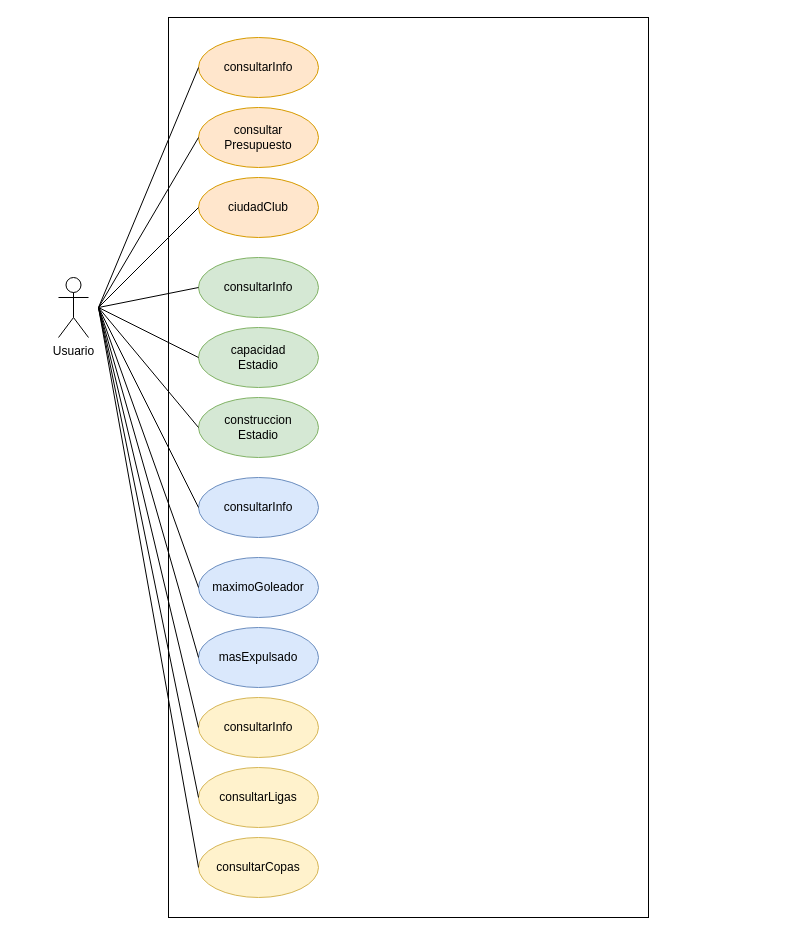
The draw.io diagram Untitled Diagram.drawio in rguezgiova/Furguito, before the edit. Source tidied: cells renumbered, new cells numbered last; positions are measured from the earlier drawing's top-left corner, leaving out a move shared by most shapes. Both pictures are drawn from the tidied source at 100%, with x=0, y=0 at pixel (58, 17).
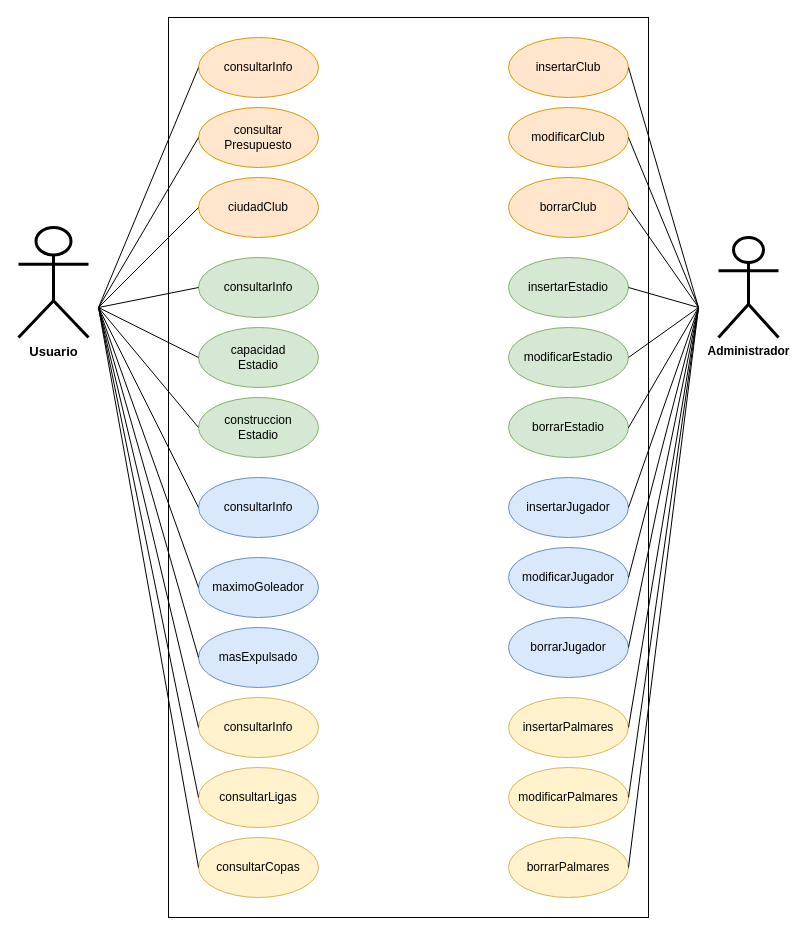
The same page after the edit.

The change refers to these unchanged cells:
```xml
<mxCell id="2" style="rounded=0;whiteSpace=wrap;html=1;gradientColor=#ffffff;fillColor=none;" parent="1" vertex="1">
  <mxGeometry x="110" width="480" height="900" as="geometry" />
</mxCell>
```

Diff of the diagram source:
```diff
@@
-    <mxCell id="3" value="&lt;div&gt;Usuario&lt;/div&gt;&lt;div&gt;&lt;br&gt;&lt;/div&gt;" style="shape=umlActor;verticalLabelPosition=bottom;verticalAlign=top;html=1;" parent="1" vertex="1">
-      <mxGeometry y="260" width="30" height="60" as="geometry" />
+    <mxCell id="3" value="&lt;div style=&quot;font-size: 13px&quot;&gt;&lt;font style=&quot;font-size: 13px&quot;&gt;&lt;span&gt;Usuario&lt;/span&gt;&lt;/font&gt;&lt;/div&gt;&lt;div style=&quot;font-size: 13px&quot;&gt;&lt;font style=&quot;font-size: 13px&quot;&gt;&lt;span&gt;&lt;br&gt;&lt;/span&gt;&lt;/font&gt;&lt;/div&gt;" style="shape=umlActor;verticalLabelPosition=bottom;verticalAlign=top;html=1;fontStyle=1;shadow=0;sketch=0;strokeWidth=3;" parent="1" vertex="1">
+      <mxGeometry x="-40" y="210" width="70" height="110" as="geometry" />
     </mxCell>
@@
+    <mxCell id="28" value="Administrador" style="shape=umlActor;verticalLabelPosition=bottom;verticalAlign=top;html=1;fontStyle=1;shadow=0;sketch=0;strokeWidth=3;" parent="1" vertex="1">
+      <mxGeometry x="660" y="220" width="60" height="100" as="geometry" />
+    </mxCell>
+    <mxCell id="29" value="insertarClub" style="ellipse;whiteSpace=wrap;html=1;fillColor=#ffe6cc;strokeColor=#d79b00;" parent="1" vertex="1">
+      <mxGeometry x="450" y="20" width="120" height="60" as="geometry" />
+    </mxCell>
+    <mxCell id="30" value="modificarClub" style="ellipse;whiteSpace=wrap;html=1;fillColor=#ffe6cc;strokeColor=#d79b00;" parent="1" vertex="1">
+      <mxGeometry x="450" y="90" width="120" height="60" as="geometry" />
+    </mxCell>
+    <mxCell id="31" value="borrarClub" style="ellipse;whiteSpace=wrap;html=1;fillColor=#ffe6cc;strokeColor=#d79b00;" parent="1" vertex="1">
+      <mxGeometry x="450" y="160" width="120" height="60" as="geometry" />
+    </mxCell>
+    <mxCell id="32" value="insertarEstadio" style="ellipse;whiteSpace=wrap;html=1;fillColor=#d5e8d4;strokeColor=#82b366;" parent="1" vertex="1">
+      <mxGeometry x="450" y="240" width="120" height="60" as="geometry" />
+    </mxCell>
+    <mxCell id="33" value="modificarEstadio" style="ellipse;whiteSpace=wrap;html=1;fillColor=#d5e8d4;strokeColor=#82b366;" parent="1" vertex="1">
+      <mxGeometry x="450" y="310" width="120" height="60" as="geometry" />
+    </mxCell>
+    <mxCell id="34" value="borrarEstadio" style="ellipse;whiteSpace=wrap;html=1;fillColor=#d5e8d4;strokeColor=#82b366;" parent="1" vertex="1">
+      <mxGeometry x="450" y="380" width="120" height="60" as="geometry" />
+    </mxCell>
+    <mxCell id="35" value="insertarJugador" style="ellipse;whiteSpace=wrap;html=1;fillColor=#dae8fc;strokeColor=#6c8ebf;" parent="1" vertex="1">
+      <mxGeometry x="450" y="460" width="120" height="60" as="geometry" />
+    </mxCell>
+    <mxCell id="36" value="modificarJugador" style="ellipse;whiteSpace=wrap;html=1;fillColor=#dae8fc;strokeColor=#6c8ebf;" parent="1" vertex="1">
+      <mxGeometry x="450" y="530" width="120" height="60" as="geometry" />
+    </mxCell>
+    <mxCell id="37" value="borrarJugador" style="ellipse;whiteSpace=wrap;html=1;fillColor=#dae8fc;strokeColor=#6c8ebf;" parent="1" vertex="1">
+      <mxGeometry x="450" y="600" width="120" height="60" as="geometry" />
+    </mxCell>
+    <mxCell id="38" value="insertarPalmares" style="ellipse;whiteSpace=wrap;html=1;fillColor=#fff2cc;strokeColor=#d6b656;" parent="1" vertex="1">
+      <mxGeometry x="450" y="680" width="120" height="60" as="geometry" />
+    </mxCell>
+    <mxCell id="39" value="modificarPalmares" style="ellipse;whiteSpace=wrap;html=1;fillColor=#fff2cc;strokeColor=#d6b656;" parent="1" vertex="1">
+      <mxGeometry x="450" y="750" width="120" height="60" as="geometry" />
+    </mxCell>
+    <mxCell id="40" value="borrarPalmares" style="ellipse;whiteSpace=wrap;html=1;fillColor=#fff2cc;strokeColor=#d6b656;" parent="1" vertex="1">
+      <mxGeometry x="450" y="820" width="120" height="60" as="geometry" />
+    </mxCell>
+    <mxCell id="41" style="endArrow=none;html=1;exitX=1;exitY=0.5;exitDx=0;exitDy=0;" parent="1" edge="1" source="29">
+      <mxGeometry relative="1" as="geometry">
+        <mxPoint x="640" y="290" as="targetPoint" />
+      </mxGeometry>
+    </mxCell>
+    <mxCell id="42" style="endArrow=none;html=1;exitX=1;exitY=0.5;exitDx=0;exitDy=0;" parent="1" edge="1" source="30">
+      <mxGeometry relative="1" as="geometry">
+        <mxPoint x="640" y="290" as="targetPoint" />
+      </mxGeometry>
+    </mxCell>
+    <mxCell id="43" style="endArrow=none;html=1;exitX=1;exitY=0.5;exitDx=0;exitDy=0;" parent="1" edge="1" source="31">
+      <mxGeometry relative="1" as="geometry">
+        <mxPoint x="640" y="290" as="targetPoint" />
+      </mxGeometry>
+    </mxCell>
+    <mxCell id="44" style="endArrow=none;html=1;exitX=1;exitY=0.5;exitDx=0;exitDy=0;" parent="1" edge="1" source="32">
+      <mxGeometry relative="1" as="geometry">
+        <mxPoint x="640" y="290" as="targetPoint" />
+      </mxGeometry>
+    </mxCell>
+    <mxCell id="45" style="endArrow=none;html=1;exitX=1;exitY=0.5;exitDx=0;exitDy=0;" parent="1" edge="1" source="33">
+      <mxGeometry relative="1" as="geometry">
+        <mxPoint x="640" y="290" as="targetPoint" />
+      </mxGeometry>
+    </mxCell>
+    <mxCell id="46" style="endArrow=none;html=1;exitX=0.958;exitY=0.456;exitDx=0;exitDy=0;exitPerimeter=0;" parent="1" edge="1" source="2">
+      <mxGeometry relative="1" as="geometry">
+        <mxPoint x="640" y="290" as="targetPoint" />
+      </mxGeometry>
+    </mxCell>
+    <mxCell id="47" style="endArrow=none;html=1;exitX=1;exitY=0.5;exitDx=0;exitDy=0;" parent="1" edge="1" source="35">
+      <mxGeometry relative="1" as="geometry">
+        <mxPoint x="640" y="290" as="targetPoint" />
+      </mxGeometry>
+    </mxCell>
+    <mxCell id="48" style="endArrow=none;html=1;exitX=1;exitY=0.5;exitDx=0;exitDy=0;" parent="1" edge="1" source="36">
+      <mxGeometry relative="1" as="geometry">
+        <mxPoint x="640" y="290" as="targetPoint" />
+      </mxGeometry>
+    </mxCell>
+    <mxCell id="49" style="endArrow=none;html=1;exitX=1;exitY=0.5;exitDx=0;exitDy=0;" parent="1" edge="1" source="37">
+      <mxGeometry relative="1" as="geometry">
+        <mxPoint x="640" y="290" as="targetPoint" />
+      </mxGeometry>
+    </mxCell>
+    <mxCell id="50" style="endArrow=none;html=1;exitX=1;exitY=0.5;exitDx=0;exitDy=0;" parent="1" edge="1" source="38">
+      <mxGeometry relative="1" as="geometry">
+        <mxPoint x="640" y="290" as="targetPoint" />
+      </mxGeometry>
+    </mxCell>
+    <mxCell id="51" style="endArrow=none;html=1;exitX=1;exitY=0.5;exitDx=0;exitDy=0;" parent="1" edge="1" source="39">
+      <mxGeometry relative="1" as="geometry">
+        <mxPoint x="640" y="290" as="targetPoint" />
+      </mxGeometry>
+    </mxCell>
+    <mxCell id="52" style="endArrow=none;html=1;exitX=1;exitY=0.5;exitDx=0;exitDy=0;" parent="1" edge="1" source="40">
+      <mxGeometry relative="1" as="geometry">
+        <mxPoint x="640" y="290" as="targetPoint" />
+      </mxGeometry>
+    </mxCell>
```
